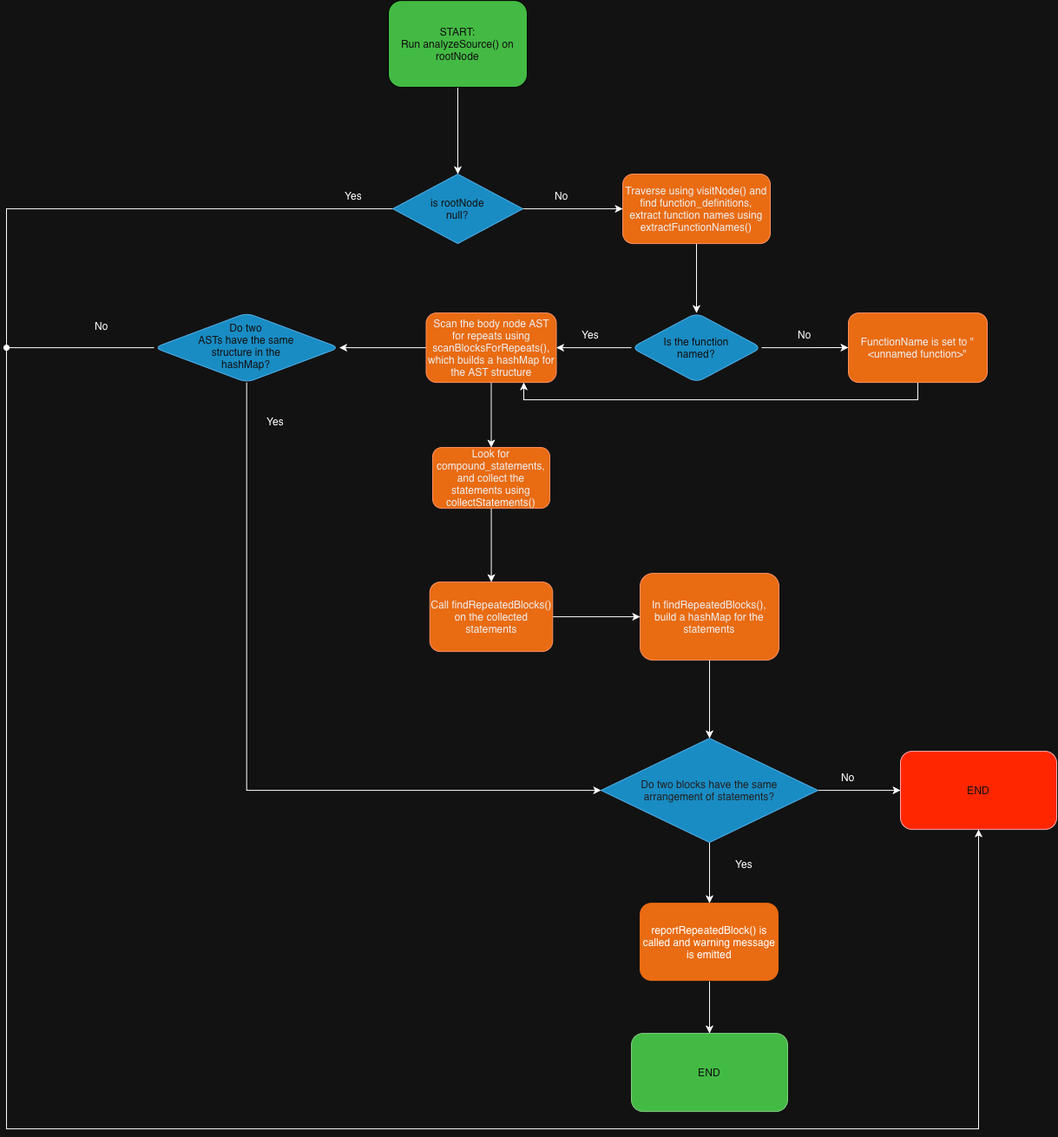
Earlier version of the draw.io export images/repeatedCodeDiagram.png (UCR-CS-179K-Summer-2026/project4). Source tidied: cells renumbered, new cells last; positions are measured from the earlier drawing's top-left corner, leaving out a move shared by most shapes.
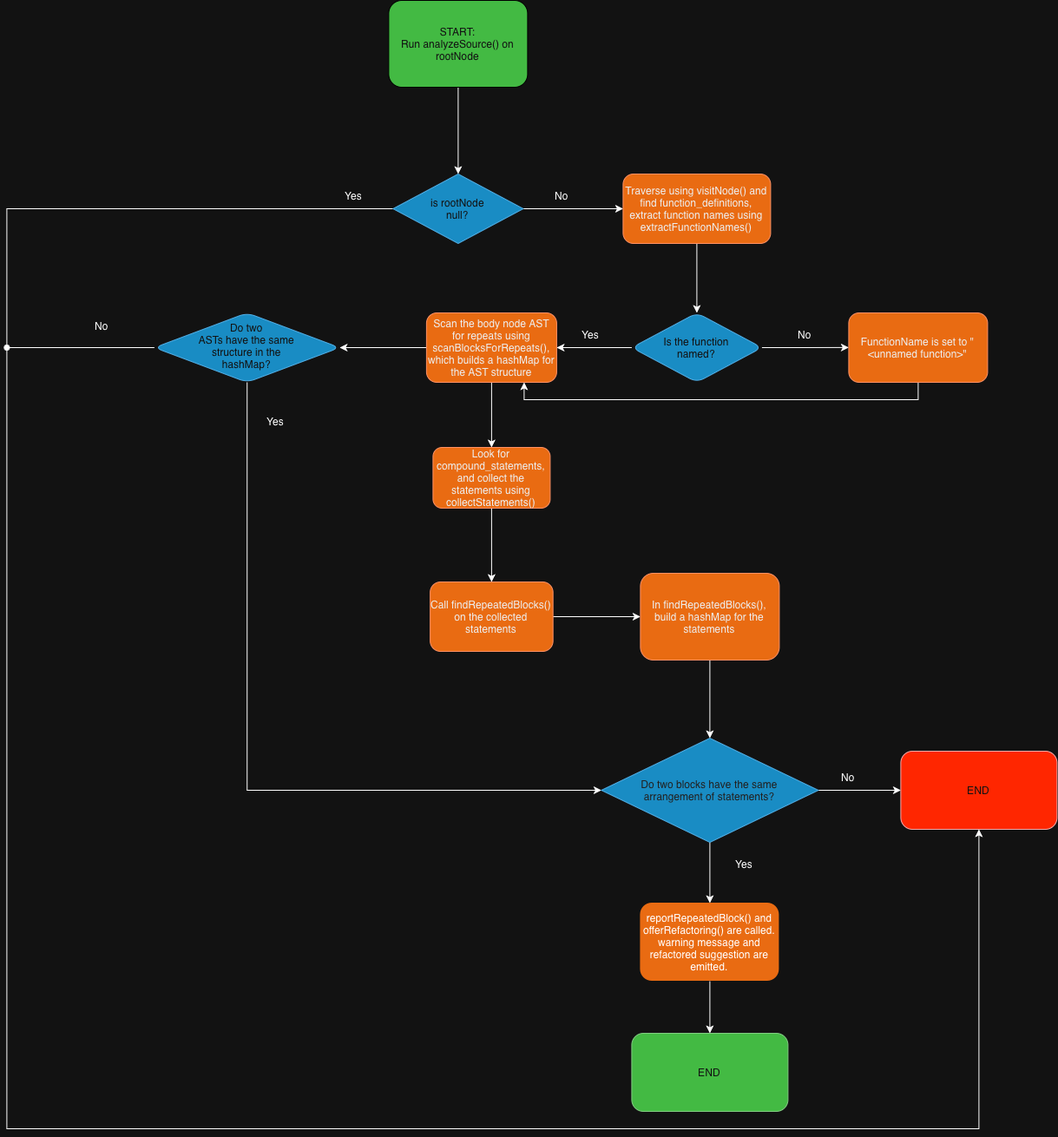
The same file after the commit.

What changed in the source:
```diff
@@ -126,7 +126,7 @@
     <mxCell id="35" style="edgeStyle=orthogonalEdgeStyle;rounded=0;jettySize=auto;html=1;" parent="1" edge="1" source="36" target="40">
       <mxGeometry relative="1" as="geometry" />
     </mxCell>
-    <mxCell id="36" value="&lt;font&gt;&lt;span style=&quot;caret-color: rgb(220, 220, 170);&quot;&gt;reportRepeatedBlock() is called and warning message is emitted&lt;/span&gt;&lt;/font&gt;" style="rounded=1;whiteSpace=wrap;html=1;fillColor=#fa6800;fontColor=light-dark(#000000,#FFFFFF);strokeColor=none;" parent="1" vertex="1">
+    <mxCell id="36" value="&lt;font&gt;&lt;span style=&quot;caret-color: rgb(220, 220, 170);&quot;&gt;reportRepeatedBlock() and offerRefactoring() are called. warning message and refactored suggestion are emitted.&lt;/span&gt;&lt;/font&gt;" style="rounded=1;whiteSpace=wrap;html=1;fillColor=#fa6800;fontColor=light-dark(#000000,#FFFFFF);strokeColor=none;" parent="1" vertex="1">
       <mxGeometry x="730" y="1040" width="160" height="90" as="geometry" />
     </mxCell>
     <mxCell id="37" value="END" style="rounded=1;whiteSpace=wrap;html=1;fillColor=light-dark(#e51400, #ff2600);fontColor=#ffffff;strokeColor=#B20000;" parent="1" vertex="1">
```
